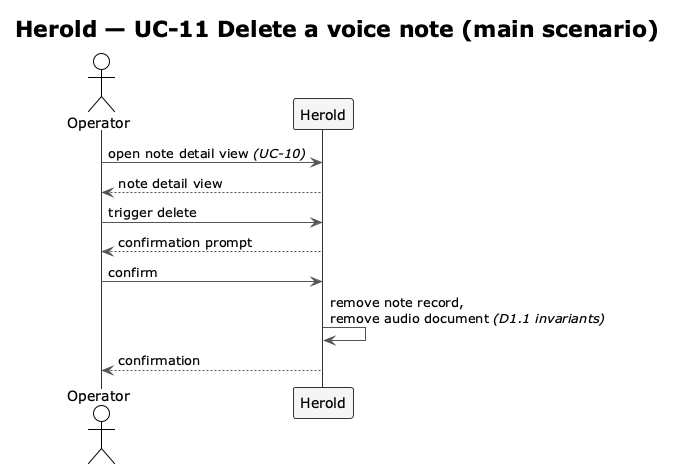
The PlantUML diagram docs/spec/diagrams-png/f2-uc11-delete-note.png in carstenlucke/herold, before a commit.
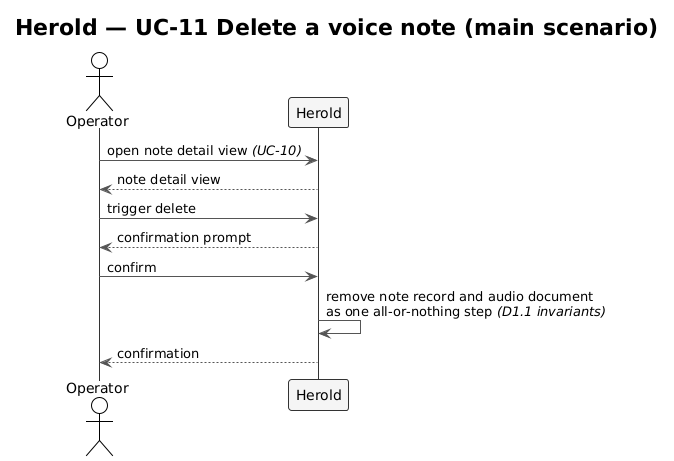
After the change.

What changed in the source:
```diff
@@ -19,7 +19,7 @@
 OP  ->  SYS : trigger delete
 SYS --> OP  : confirmation prompt
 OP  ->  SYS : confirm
-SYS ->  SYS : remove note record,\nremove audio document //(D1.1 invariants)//
+SYS ->  SYS : remove note record and audio document\nas one all-or-nothing step //(D1.1 invariants)//
 SYS --> OP  : confirmation
 
 @enduml
```
